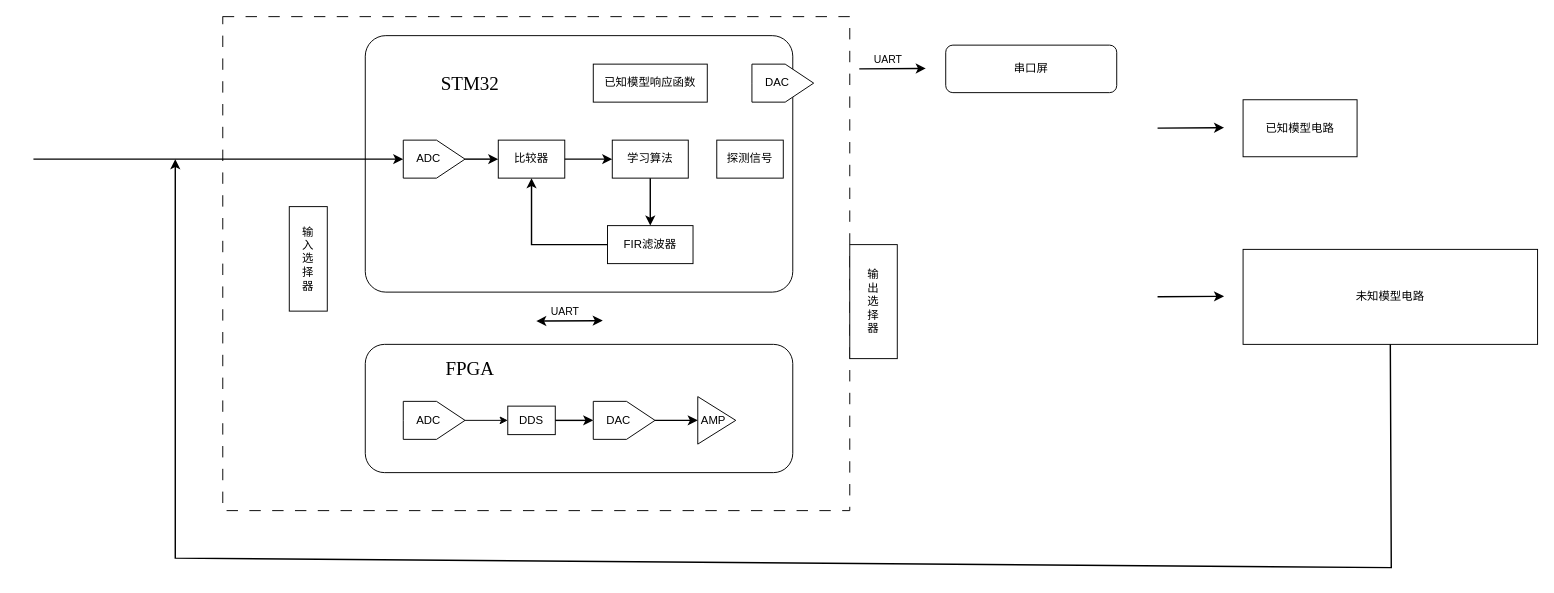
zeandon/draw.io keeps this draw.io diagram as 25G系统框图.drawio. Above is the earlier version. Source tidied: cells renumbered, new cells numbered last; positions are measured from the earlier drawing's top-left corner, leaving out a move shared by most shapes. Both pictures are drawn from the tidied source at 95%, with x=0, y=0 at pixel (33, 16).
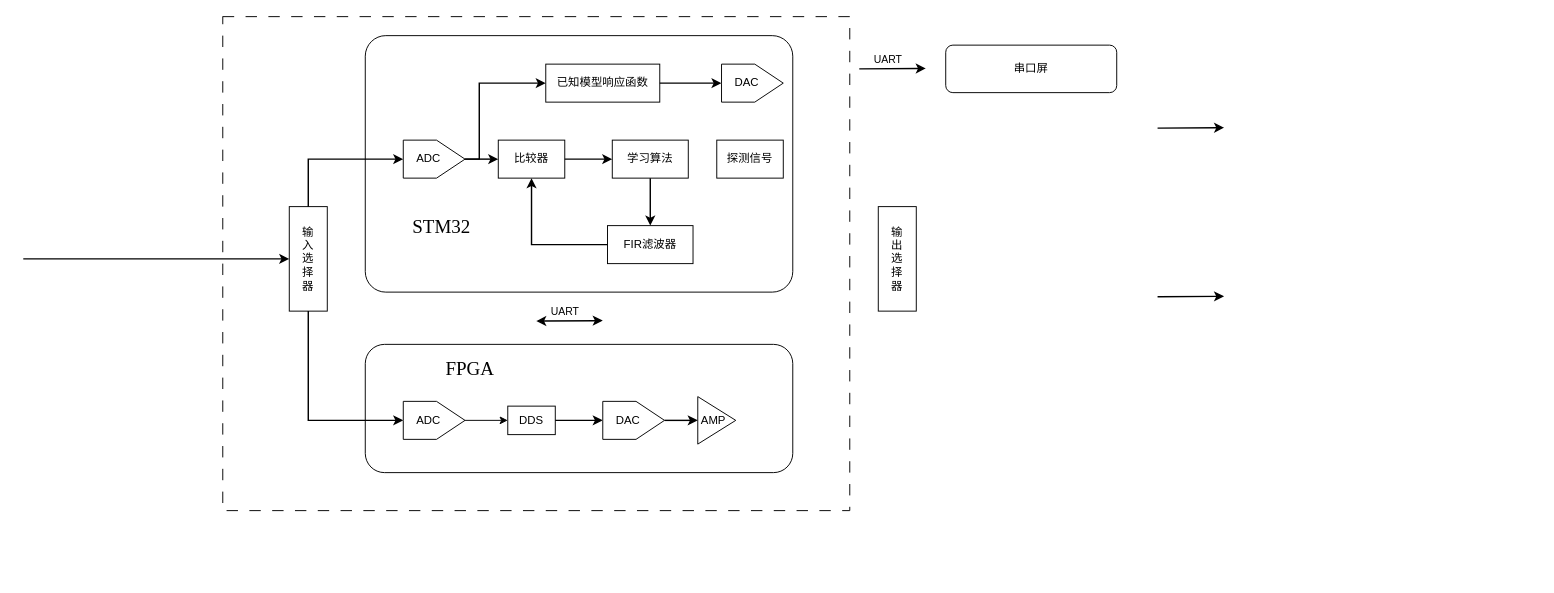
The same diagram, later.

Commit message:
更新25G系统框图.drawio

Unchanged cells that the change refers to:
```xml
<mxCell id="11" value="ADC&amp;nbsp; &amp;nbsp;&amp;nbsp;" style="html=1;shadow=0;dashed=0;align=center;verticalAlign=middle;shape=mxgraph.arrows2.arrow;dy=0;dx=30;notch=0;" parent="1" vertex="1">
  <mxGeometry x="389" y="130" width="65" height="40" as="geometry" />
</mxCell>
<mxCell id="33" value="ADC&amp;nbsp; &amp;nbsp;&amp;nbsp;" style="html=1;shadow=0;dashed=0;align=center;verticalAlign=middle;shape=mxgraph.arrows2.arrow;dy=0;dx=30;notch=0;" parent="1" vertex="1">
  <mxGeometry x="389" y="405" width="65" height="40" as="geometry" />
</mxCell>
<mxCell id="36" value="输&lt;div&gt;入&lt;div&gt;选&lt;/div&gt;&lt;div&gt;择&lt;/div&gt;&lt;div&gt;器&lt;/div&gt;&lt;/div&gt;" style="rounded=0;whiteSpace=wrap;html=1;" parent="1" vertex="1">
  <mxGeometry x="269" y="200" width="40" height="110" as="geometry" />
</mxCell>
```

Change to the diagram source:
```diff
@@
-    <mxCell id="5" style="endArrow=classic;html=1;rounded=0;strokeWidth=1.5;entryX=0;entryY=0.5;entryDx=0;entryDy=0;entryPerimeter=0;" parent="1" edge="1" target="11">
+    <mxCell id="5" style="endArrow=classic;html=1;rounded=0;strokeWidth=1.5;entryX=0;entryY=0.5;entryDx=0;entryDy=0;" parent="1" edge="1" target="36">
       <mxGeometry relative="1" as="geometry">
-        <mxPoint x="-0.3" y="150" as="sourcePoint" />
+        <mxPoint x="-11" y="255" as="sourcePoint" />
       </mxGeometry>
     </mxCell>
     <mxCell id="6" value="STM32" style="text;strokeColor=none;fillColor=none;html=1;fontSize=20;fontStyle=0;verticalAlign=middle;align=center;fontFamily=Times New Roman;" parent="1" vertex="1">
-      <mxGeometry x="409" y="50" width="100" height="40" as="geometry" />
+      <mxGeometry x="379" y="200" width="100" height="40" as="geometry" />
     </mxCell>
     <mxCell id="7" value="已知模型&lt;span style=&quot;background-color: transparent; color: light-dark(rgb(0, 0, 0), rgb(255, 255, 255));&quot;&gt;响应函数&lt;/span&gt;" style="rounded=0;whiteSpace=wrap;html=1;" parent="1" vertex="1">
-      <mxGeometry x="589" y="50" width="120" height="40" as="geometry" />
+      <mxGeometry x="539" y="50" width="120" height="40" as="geometry" />
     </mxCell>
@@
     <mxCell id="14" value="DAC&amp;nbsp; &amp;nbsp;&amp;nbsp;" style="html=1;shadow=0;dashed=0;align=center;verticalAlign=middle;shape=mxgraph.arrows2.arrow;dy=0;dx=30;notch=0;" parent="1" vertex="1">
-      <mxGeometry x="589" y="405" width="65" height="40" as="geometry" />
+      <mxGeometry x="599" y="405" width="65" height="40" as="geometry" />
     </mxCell>
-    <mxCell id="15" value="未知模型电路" style="rounded=0;whiteSpace=wrap;html=1;" parent="1" vertex="1">
-      <mxGeometry x="1273" y="245" width="310" height="100" as="geometry" />
-    </mxCell>
@@
-    <mxCell id="20" value="已知模型电路" style="rounded=0;whiteSpace=wrap;html=1;" parent="1" vertex="1">
-      <mxGeometry x="1273" y="87.5" width="120" height="60" as="geometry" />
-    </mxCell>
@@
-    <mxCell id="31" style="endArrow=classic;html=1;rounded=0;strokeWidth=1.5;exitX=0.5;exitY=1;exitDx=0;exitDy=0;" parent="1" edge="1" source="15">
-      <mxGeometry relative="1" as="geometry">
-        <mxPoint x="149" y="150" as="targetPoint" />
-        <Array as="points">
-          <mxPoint x="1429" y="580" />
-          <mxPoint x="149" y="570" />
-        </Array>
-      </mxGeometry>
-    </mxCell>
@@
     <mxCell id="34" value="DAC&amp;nbsp; &amp;nbsp;&amp;nbsp;" style="html=1;shadow=0;dashed=0;align=center;verticalAlign=middle;shape=mxgraph.arrows2.arrow;dy=0;dx=30;notch=0;" parent="1" vertex="1">
-      <mxGeometry x="756" y="50" width="65" height="40" as="geometry" />
+      <mxGeometry x="724" y="50" width="65" height="40" as="geometry" />
     </mxCell>
-    <mxCell id="35" value="输&lt;div&gt;出&lt;/div&gt;&lt;div&gt;选&lt;/div&gt;&lt;div&gt;择&lt;/div&gt;&lt;div&gt;器&lt;/div&gt;" style="rounded=0;whiteSpace=wrap;html=1;" parent="1" vertex="1">
-      <mxGeometry x="859" y="240" width="50" height="120" as="geometry" />
-    </mxCell>
@@
+    <mxCell id="38" style="endArrow=classic;html=1;rounded=0;strokeWidth=1.5;entryX=0;entryY=0.5;entryDx=0;entryDy=0;entryPerimeter=0;exitX=0.5;exitY=0;exitDx=0;exitDy=0;" parent="1" edge="1" source="36" target="11">
+      <mxGeometry relative="1" as="geometry">
+        <Array as="points">
+          <mxPoint x="289" y="150" />
+        </Array>
+      </mxGeometry>
+    </mxCell>
+    <mxCell id="39" style="endArrow=classic;html=1;rounded=0;strokeWidth=1.5;entryX=0;entryY=0.5;entryDx=0;entryDy=0;exitX=0.5;exitY=1;exitDx=0;exitDy=0;entryPerimeter=0;" parent="1" edge="1" source="36" target="33">
+      <mxGeometry relative="1" as="geometry">
+        <Array as="points">
+          <mxPoint x="289" y="425" />
+        </Array>
+      </mxGeometry>
+    </mxCell>
+    <mxCell id="35" value="输&lt;div&gt;出&lt;/div&gt;&lt;div&gt;选&lt;/div&gt;&lt;div&gt;择&lt;/div&gt;&lt;div&gt;器&lt;/div&gt;" style="rounded=0;whiteSpace=wrap;html=1;" parent="1" vertex="1">
+      <mxGeometry x="889" y="200" width="40" height="110" as="geometry" />
+    </mxCell>
+    <mxCell id="40" style="endArrow=classic;html=1;rounded=0;strokeWidth=1.5;entryX=0;entryY=0.5;entryDx=0;entryDy=0;exitX=1;exitY=0.5;exitDx=0;exitDy=0;exitPerimeter=0;" parent="1" edge="1" source="11" target="7">
+      <mxGeometry relative="1" as="geometry">
+        <Array as="points">
+          <mxPoint x="469" y="150" />
+          <mxPoint x="469" y="70" />
+        </Array>
+      </mxGeometry>
+    </mxCell>
+    <mxCell id="41" style="endArrow=classic;html=1;rounded=0;strokeWidth=1.5;entryX=0;entryY=0.5;entryDx=0;entryDy=0;exitX=1;exitY=0.5;exitDx=0;exitDy=0;entryPerimeter=0;" parent="1" edge="1" source="7" target="34">
+      <mxGeometry relative="1" as="geometry" />
+    </mxCell>
```
